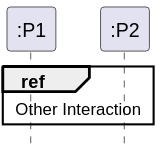
Above: out/plant_uml/refOperatorExample/refOperatorExample.svg in gigl-uml/Guide_uml_polymtl (PlantUML), before the change.
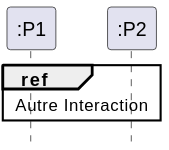
The same file after the commit.

Commit message:
traduction interaction

The edit, as a diff of the source:
```diff
@@ -4,6 +4,6 @@
 participant ":P1" as P1
 participant ":P2" as P2
 
-ref over P1, P2: Other Interaction
+ref over P1, P2: Autre Interaction
 
 @enduml
```
